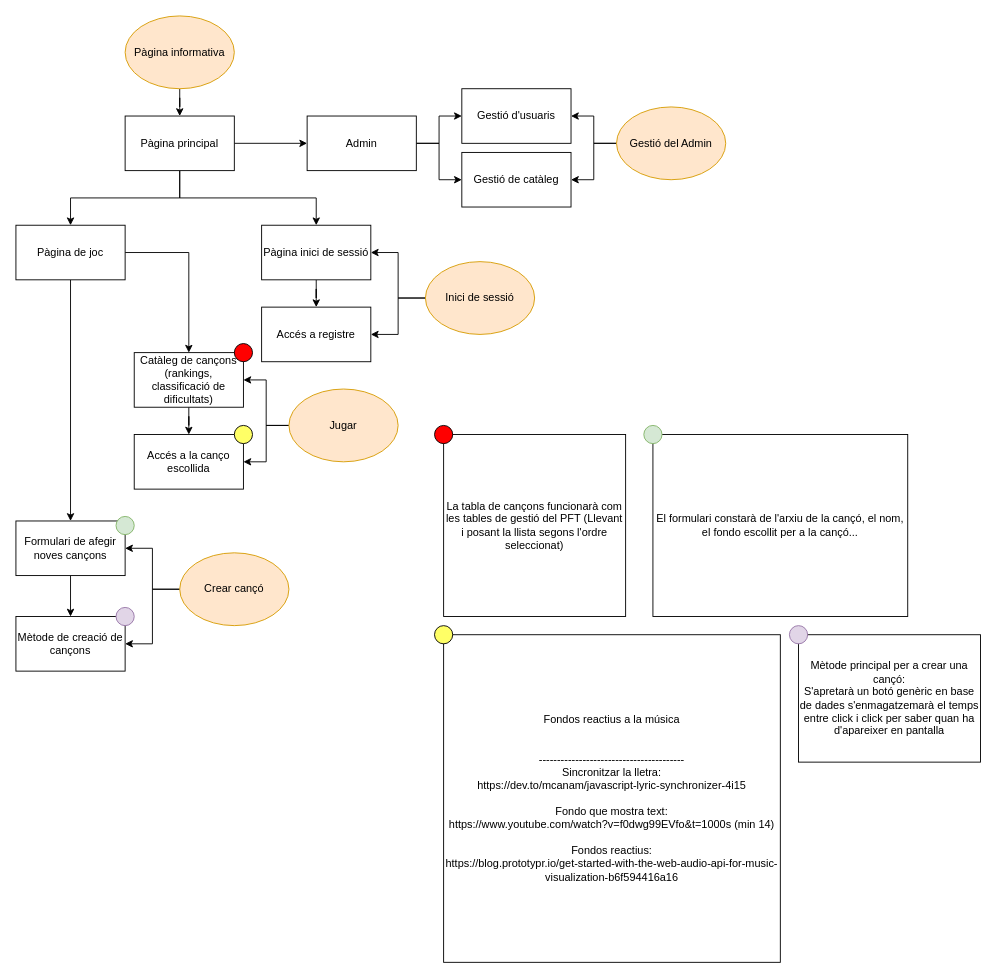
This is Diagrama_TFG.drawio from JoanFM02/Arxius_TFG, a draw.io file, before an edit. Source tidied: cells renumbered, new cells numbered last; positions are measured from the earlier drawing's top-left corner, leaving out a move shared by most shapes. Both pictures are drawn from the tidied source at 91%, with x=0, y=0 at pixel (15, 15).
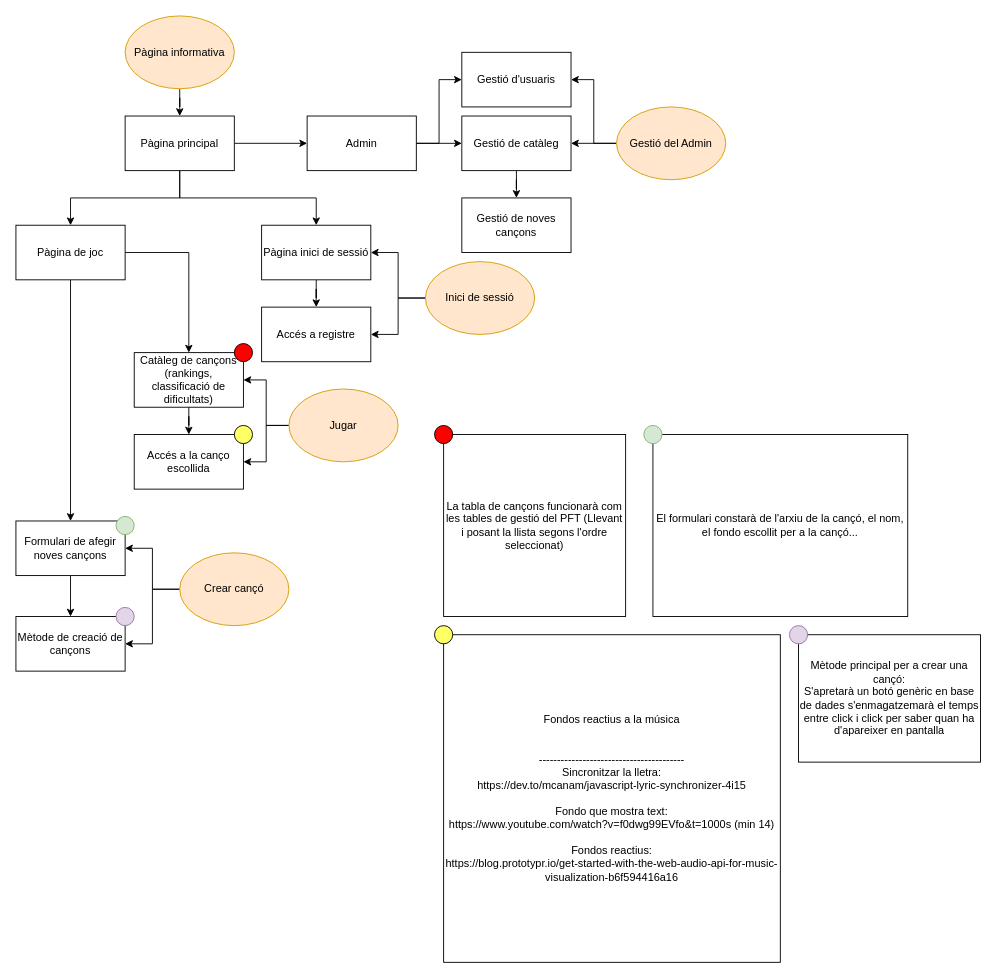
Above is the later version.

Commit message (it also covers changes not shown here):
TFG- Diagramas Casos y Idea

The change refers to these unchanged cells:
```xml
<mxCell id="17" value="Admin" style="rounded=0;whiteSpace=wrap;html=1;" parent="1" vertex="1">
  <mxGeometry x="320" y="110" width="120" height="60" as="geometry" />
</mxCell>
<mxCell id="40" value="Gestió del Admin" style="ellipse;whiteSpace=wrap;html=1;fillColor=#ffe6cc;strokeColor=#d79b00;" parent="1" vertex="1">
  <mxGeometry x="660" y="100" width="120" height="80" as="geometry" />
</mxCell>
```

The edit, as a diff of the source:
```diff
@@
-    <mxCell id="15" style="edgeStyle=orthogonalEdgeStyle;rounded=0;jettySize=auto;html=1;" parent="1" edge="1" source="17" target="24">
+    <mxCell id="15" style="edgeStyle=orthogonalEdgeStyle;rounded=0;jettySize=auto;html=1;entryX=0;entryY=0.5;entryDx=0;entryDy=0;" parent="1" edge="1" source="17" target="24">
       <mxGeometry relative="1" as="geometry" />
     </mxCell>
-    <mxCell id="16" style="edgeStyle=orthogonalEdgeStyle;rounded=0;jettySize=auto;html=1;" parent="1" edge="1" source="17" target="25">
+    <mxCell id="16" style="edgeStyle=orthogonalEdgeStyle;rounded=0;jettySize=auto;html=1;entryX=0;entryY=0.5;entryDx=0;entryDy=0;" parent="1" edge="1" source="17" target="25">
       <mxGeometry relative="1" as="geometry" />
     </mxCell>
@@
     <mxCell id="24" value="Gestió d'usuaris" style="rounded=0;whiteSpace=wrap;html=1;" parent="1" vertex="1">
-      <mxGeometry x="490" y="80" width="120" height="60" as="geometry" />
+      <mxGeometry x="490" y="40" width="120" height="60" as="geometry" />
     </mxCell>
+    <mxCell id="49" style="edgeStyle=orthogonalEdgeStyle;rounded=0;jettySize=auto;html=1;" parent="1" edge="1" source="25" target="50">
+      <mxGeometry relative="1" as="geometry" />
+    </mxCell>
     <mxCell id="25" value="Gestió de catàleg" style="rounded=0;whiteSpace=wrap;html=1;" parent="1" vertex="1">
-      <mxGeometry x="490" y="150" width="120" height="60" as="geometry" />
+      <mxGeometry x="490" y="110" width="120" height="60" as="geometry" />
     </mxCell>
@@
-    <mxCell id="39" style="edgeStyle=orthogonalEdgeStyle;rounded=0;jettySize=auto;html=1;" parent="1" edge="1" source="40" target="25">
+    <mxCell id="39" style="edgeStyle=orthogonalEdgeStyle;rounded=0;jettySize=auto;html=1;entryX=1;entryY=0.5;entryDx=0;entryDy=0;" parent="1" edge="1" source="40" target="25">
       <mxGeometry relative="1" as="geometry" />
     </mxCell>
@@
+    <mxCell id="50" value="Gestió de noves cançons" style="rounded=0;whiteSpace=wrap;html=1;" parent="1" vertex="1">
+      <mxGeometry x="490" y="200" width="120" height="60" as="geometry" />
+    </mxCell>
```
